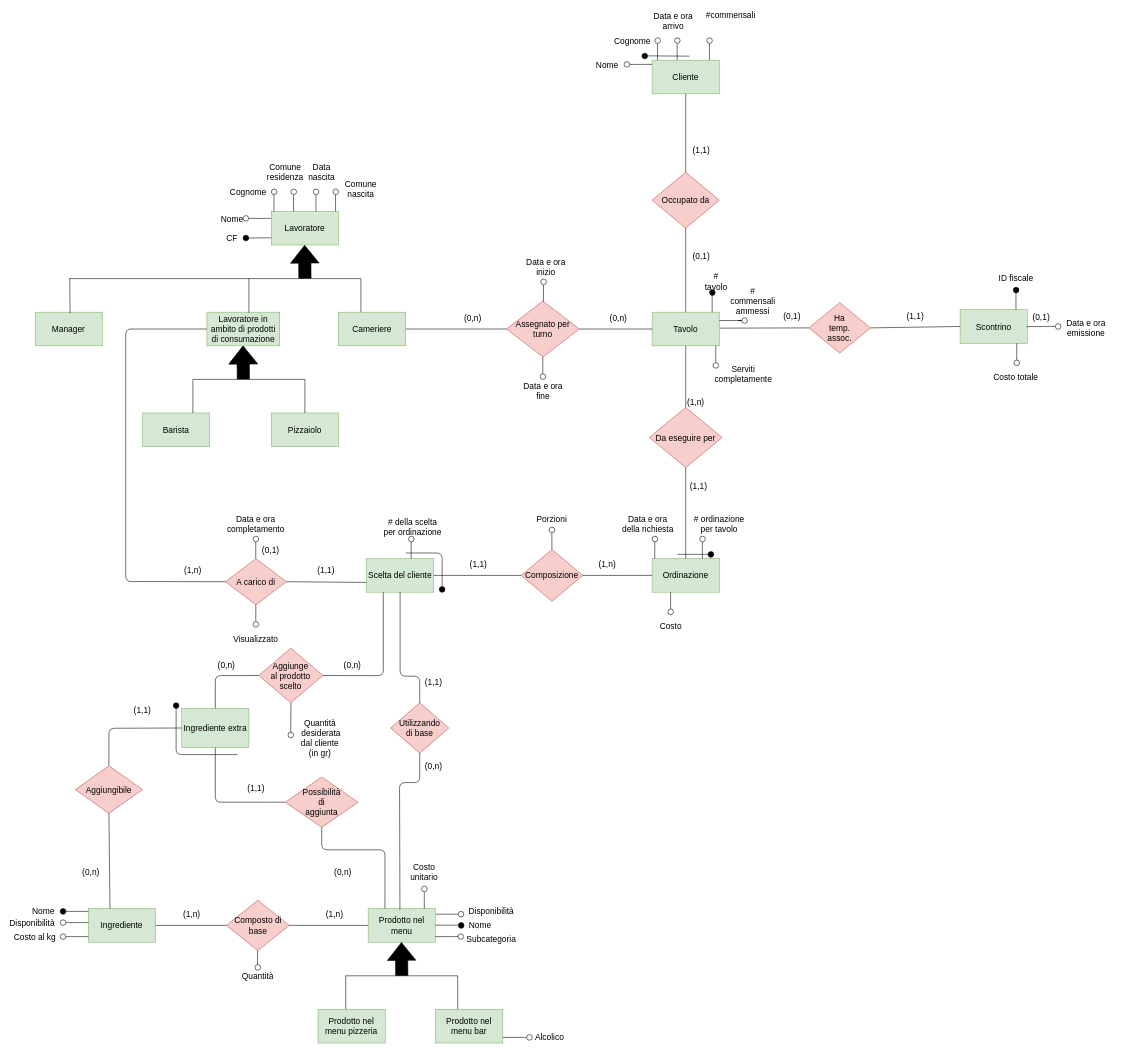
This is ERD/ERD_EditableDiagram.drawio from StefanoBelli/pizzeria, a draw.io file, before an edit. Source tidied: cells renumbered, new cells numbered last; positions are measured from the earlier drawing's top-left corner, leaving out a move shared by most shapes. Both pictures are drawn from the tidied source at 56%, with x=0, y=0 at pixel (10, 10).
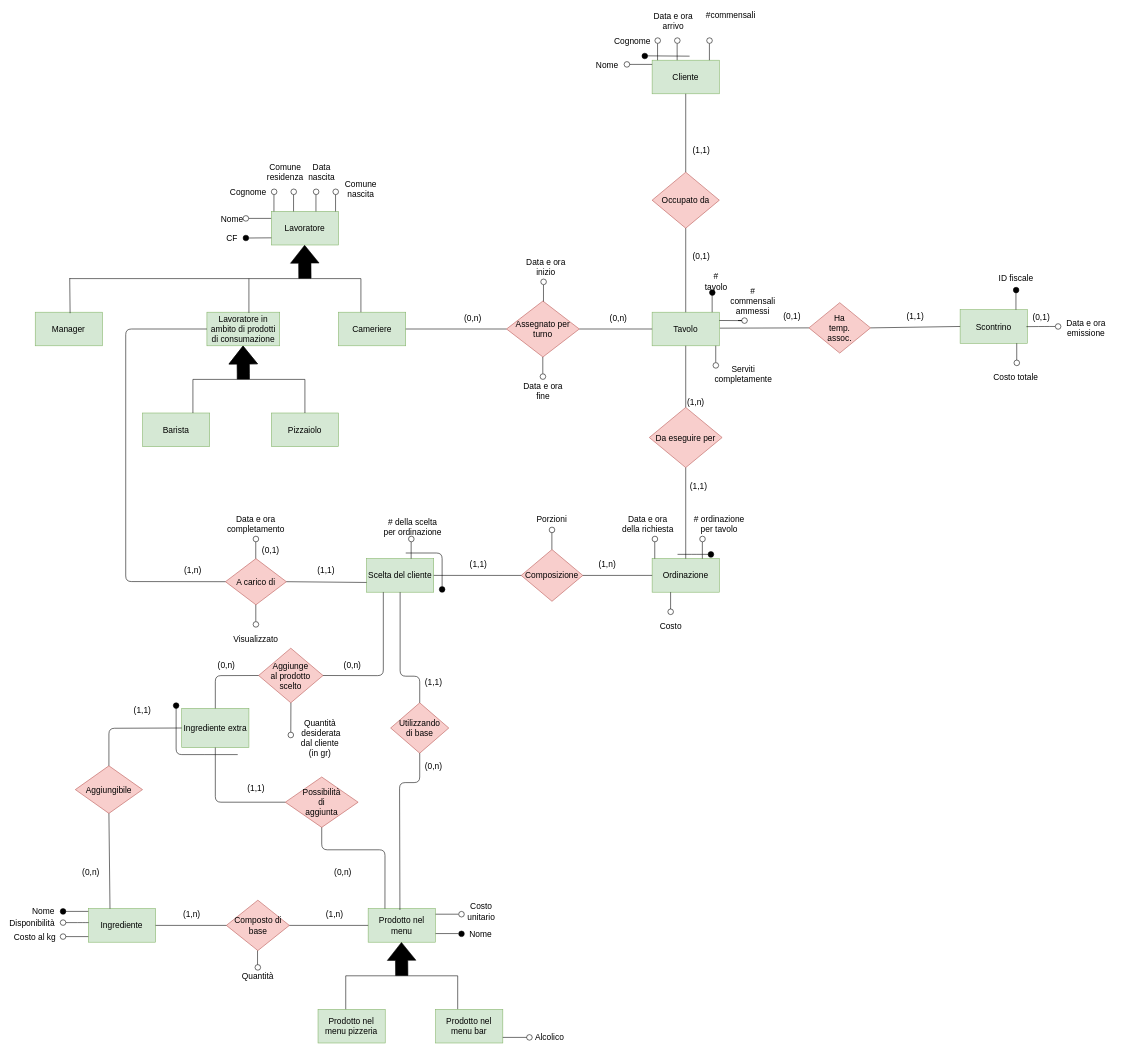
Above is the later version.

Diff of the diagram source:
```diff
@@
     <mxCell id="91" style="endArrow=none;html=1;fillColor=#000000;fontSize=15;" parent="1" edge="1">
       <mxGeometry relative="1" as="geometry">
-        <mxPoint x="810.4" y="1640" as="sourcePoint" />
-        <mxPoint x="809.9" y="1640" as="targetPoint" />
+        <mxPoint x="811" y="1655" as="sourcePoint" />
+        <mxPoint x="810.4" y="1655" as="targetPoint" />
       </mxGeometry>
     </mxCell>
     <mxCell id="92" value="Nome" style="text;html=1;strokeColor=none;fillColor=none;align=center;verticalAlign=middle;whiteSpace=wrap;rounded=0;fontSize=15;" parent="1" vertex="1">
-      <mxGeometry x="820.4" y="1625" width="40" height="20" as="geometry" />
+      <mxGeometry x="821" y="1640" width="40" height="20" as="geometry" />
     </mxCell>
@@
     <mxCell id="97" style="ellipse;whiteSpace=wrap;html=1;fillColor=#000000;fontSize=15;" parent="1" vertex="1">
-      <mxGeometry x="801" y="1630" width="10" height="10" as="geometry" />
+      <mxGeometry x="801.6" y="1645" width="10" height="10" as="geometry" />
     </mxCell>
     <mxCell id="98" style="endArrow=none;html=1;fillColor=#000000;fontSize=15;" parent="1" edge="1">
       <mxGeometry relative="1" as="geometry">
-        <mxPoint x="759.9" y="1634.6" as="sourcePoint" />
-        <mxPoint x="800.4" y="1634.6" as="targetPoint" />
+        <mxPoint x="760.4" y="1649.6" as="sourcePoint" />
+        <mxPoint x="801" y="1649.6" as="targetPoint" />
       </mxGeometry>
     </mxCell>
@@
-    <mxCell id="118" style="endArrow=none;html=1;fillColor=#000000;exitX=1;exitY=0.75;exitDx=0;exitDy=0;fontSize=15;" parent="1" edge="1">
-      <mxGeometry relative="1" as="geometry">
-        <mxPoint x="759.8" y="1655" as="sourcePoint" />
-        <mxPoint x="800.4" y="1655" as="targetPoint" />
-        <Array as="points">
-          <mxPoint x="790.4" y="1655" />
-        </Array>
-      </mxGeometry>
-    </mxCell>
-    <mxCell id="119" value="Subcategoria" style="text;html=1;strokeColor=none;fillColor=none;align=center;verticalAlign=middle;whiteSpace=wrap;rounded=0;direction=east;fontSize=15;" parent="1" vertex="1">
-      <mxGeometry x="840.4" y="1650" width="40" height="20" as="geometry" />
-    </mxCell>
-    <mxCell id="120" style="ellipse;whiteSpace=wrap;html=1;fillColor=#FFFFFF;fontSize=15;" parent="1" vertex="1">
-      <mxGeometry x="800.4" y="1650" width="10" height="10" as="geometry" />
-    </mxCell>
@@
-    <mxCell id="124" value="&lt;div style=&quot;font-size: 15px;&quot;&gt;Disponibilità&lt;/div&gt;" style="text;html=1;strokeColor=none;fillColor=none;align=center;verticalAlign=middle;whiteSpace=wrap;rounded=0;direction=east;fontSize=15;" parent="1" vertex="1">
-      <mxGeometry x="840.4" y="1600" width="40" height="20" as="geometry" />
-    </mxCell>
@@
-    <mxCell id="147" style="endArrow=none;html=1;fillColor=#000000;fontSize=15;" parent="1" edge="1" source="148">
-      <mxGeometry relative="1" as="geometry">
-        <mxPoint x="810.8" y="1615" as="targetPoint" />
-      </mxGeometry>
-    </mxCell>
-    <mxCell id="148" style="ellipse;whiteSpace=wrap;html=1;fontSize=15;" parent="1" vertex="1">
-      <mxGeometry x="800.8" y="1610" width="10" height="10" as="geometry" />
-    </mxCell>
-    <mxCell id="149" style="endArrow=none;html=1;fillColor=#000000;fontSize=15;" parent="1" edge="1" target="148">
-      <mxGeometry relative="1" as="geometry">
-        <mxPoint x="760.8" y="1615" as="sourcePoint" />
-      </mxGeometry>
-    </mxCell>
-    <mxCell id="150" style="endArrow=none;html=1;fillColor=#000000;fontSize=15;" parent="1" edge="1">
-      <mxGeometry relative="1" as="geometry">
-        <mxPoint x="740.2" y="1605" as="sourcePoint" />
-        <mxPoint x="740.2" y="1575" as="targetPoint" />
-      </mxGeometry>
-    </mxCell>
     <mxCell id="151" style="ellipse;whiteSpace=wrap;html=1;fontSize=15;" parent="1" vertex="1">
-      <mxGeometry x="735.4" y="1565" width="10" height="10" as="geometry" />
+      <mxGeometry x="801.6" y="1610" width="10" height="10" as="geometry" />
     </mxCell>
     <mxCell id="152" value="Costo unitario" style="text;html=1;strokeColor=none;fillColor=none;align=center;verticalAlign=middle;whiteSpace=wrap;rounded=0;fontSize=15;" parent="1" vertex="1">
-      <mxGeometry x="710.4" y="1530" width="60" height="20" as="geometry" />
+      <mxGeometry x="811.6" y="1600" width="60" height="20" as="geometry" />
     </mxCell>
@@
+    <mxCell id="205" style="endArrow=none;html=1;fillColor=#000000;fontSize=15;" parent="1" edge="1">
+      <mxGeometry relative="1" as="geometry">
+        <mxPoint x="760.4" y="1615" as="sourcePoint" />
+        <mxPoint x="801" y="1615" as="targetPoint" />
+      </mxGeometry>
+    </mxCell>
```
